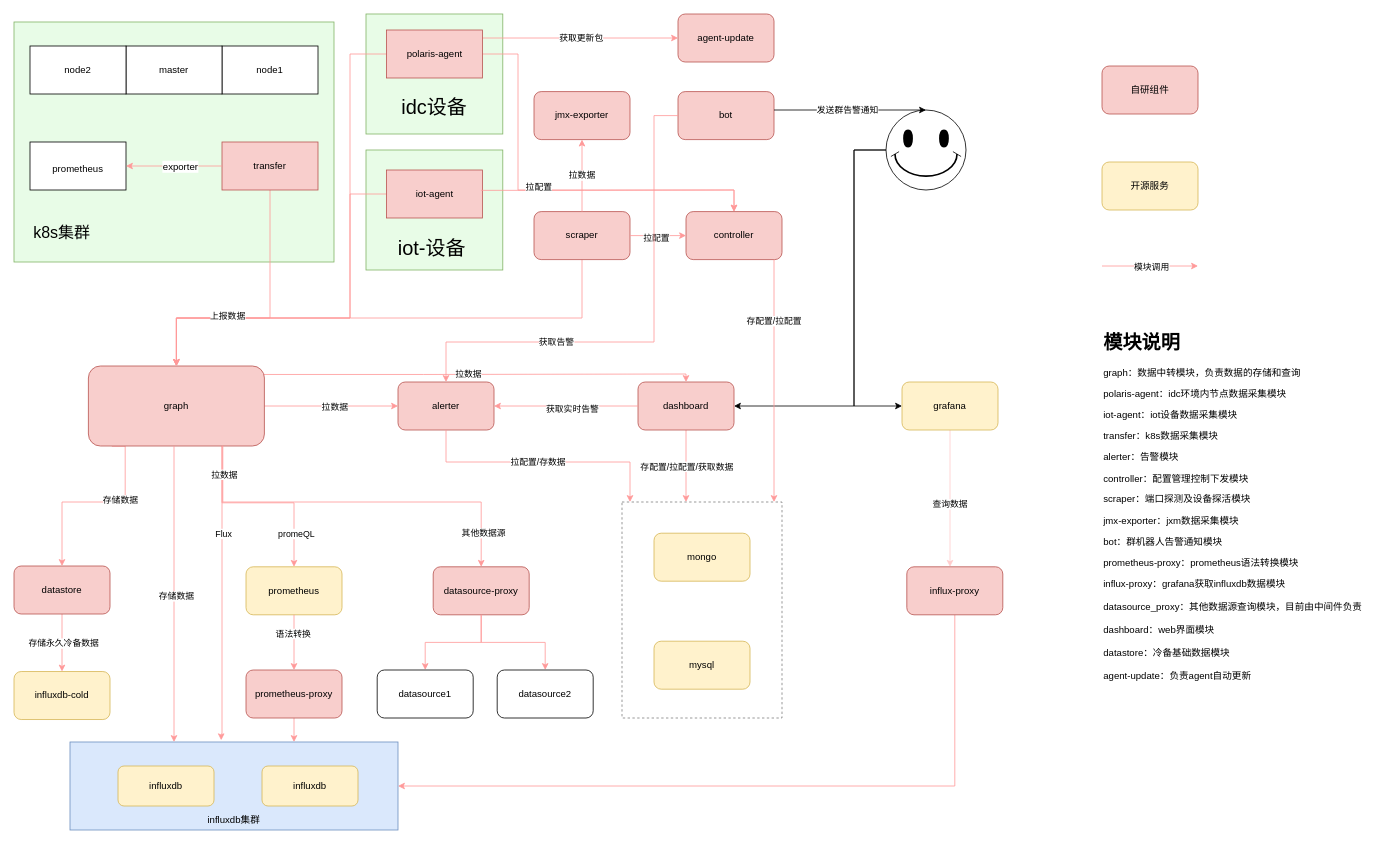
This is polaris框架.drawio from wupei-w/diagrams, a draw.io file, before an edit. Source tidied: cells renumbered, new cells numbered last; positions are measured from the earlier drawing's top-left corner, leaving out a move shared by most shapes. Both pictures are drawn from the tidied source at 80%, with x=0, y=0 at pixel (14, 14).
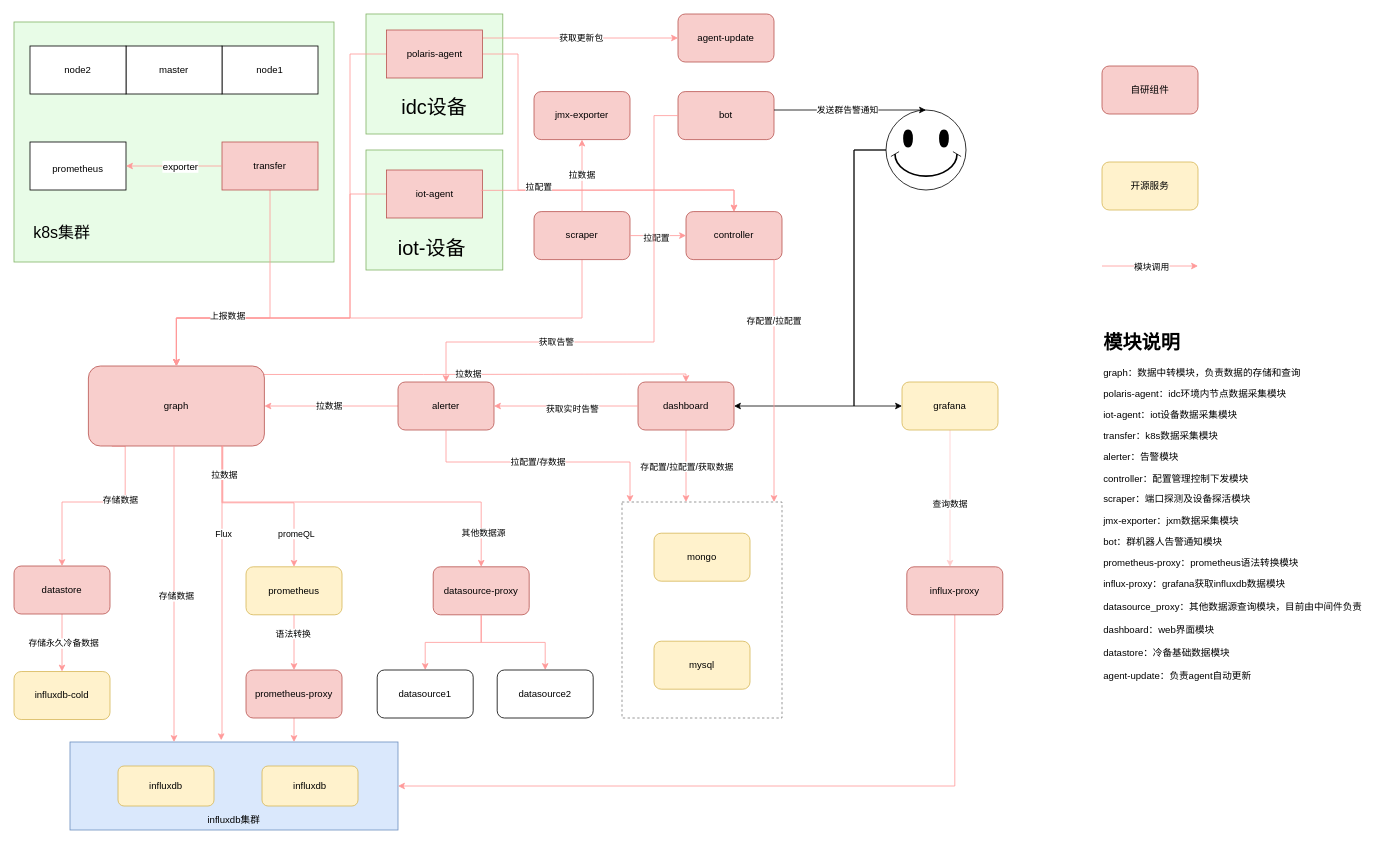
The same page after the edit.

Unchanged cells that the change refers to:
```xml
<mxCell id="22" value="graph" style="rounded=1;whiteSpace=wrap;html=1;fillColor=#f8cecc;strokeColor=#b85450;" parent="1" vertex="1">
  <mxGeometry x="93" y="440" width="220" height="100" as="geometry" />
</mxCell>
<mxCell id="91" value="alerter" style="rounded=1;whiteSpace=wrap;html=1;fillColor=#f8cecc;strokeColor=#b85450;" parent="1" vertex="1">
  <mxGeometry x="480" y="460" width="120" height="60" as="geometry" />
</mxCell>
```

The edit, as a diff of the source:
```diff
@@
-    <mxCell id="14" style="edgeStyle=orthogonalEdgeStyle;rounded=0;jettySize=auto;html=1;strokeColor=#FF9999;exitX=1;exitY=0.5;exitDx=0;exitDy=0;" parent="1" edge="1" source="22" target="91">
+    <mxCell id="14" style="edgeStyle=orthogonalEdgeStyle;rounded=0;jettySize=auto;html=1;strokeColor=#FF9999;entryX=1;entryY=0.5;entryDx=0;entryDy=0;" parent="1" edge="1" source="91" target="22">
       <mxGeometry relative="1" as="geometry">
         <Array as="points">
           <mxPoint x="430" y="490" />
           <mxPoint x="430" y="490" />
         </Array>
       </mxGeometry>
     </mxCell>
```
